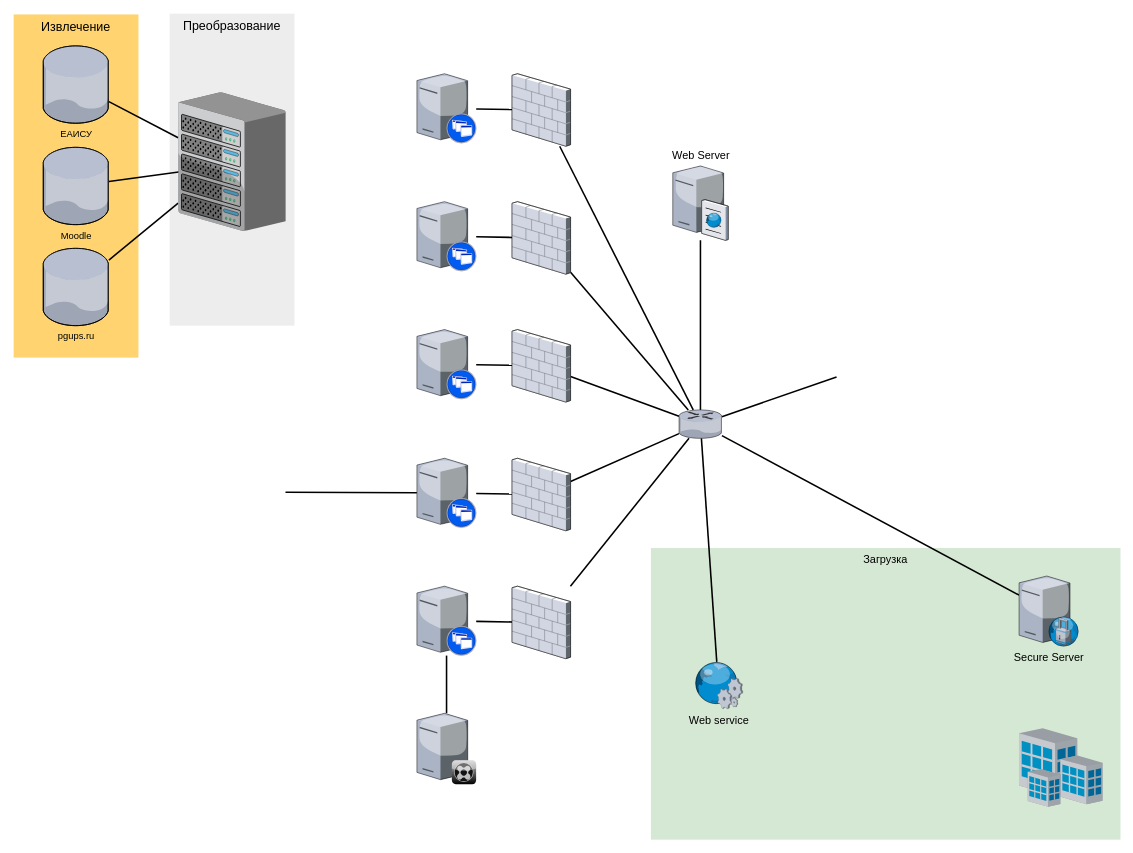
Above: Этап Прогнозирования Инженерия данных.drawio in RuslanKudarov/diagrams (draw.io), before the change. Source tidied: cells renumbered, new cells numbered last; positions are measured from the earlier drawing's top-left corner, leaving out a move shared by most shapes. Both pictures are drawn from the tidied source at 78%, with x=0, y=0 at pixel (13, 13).
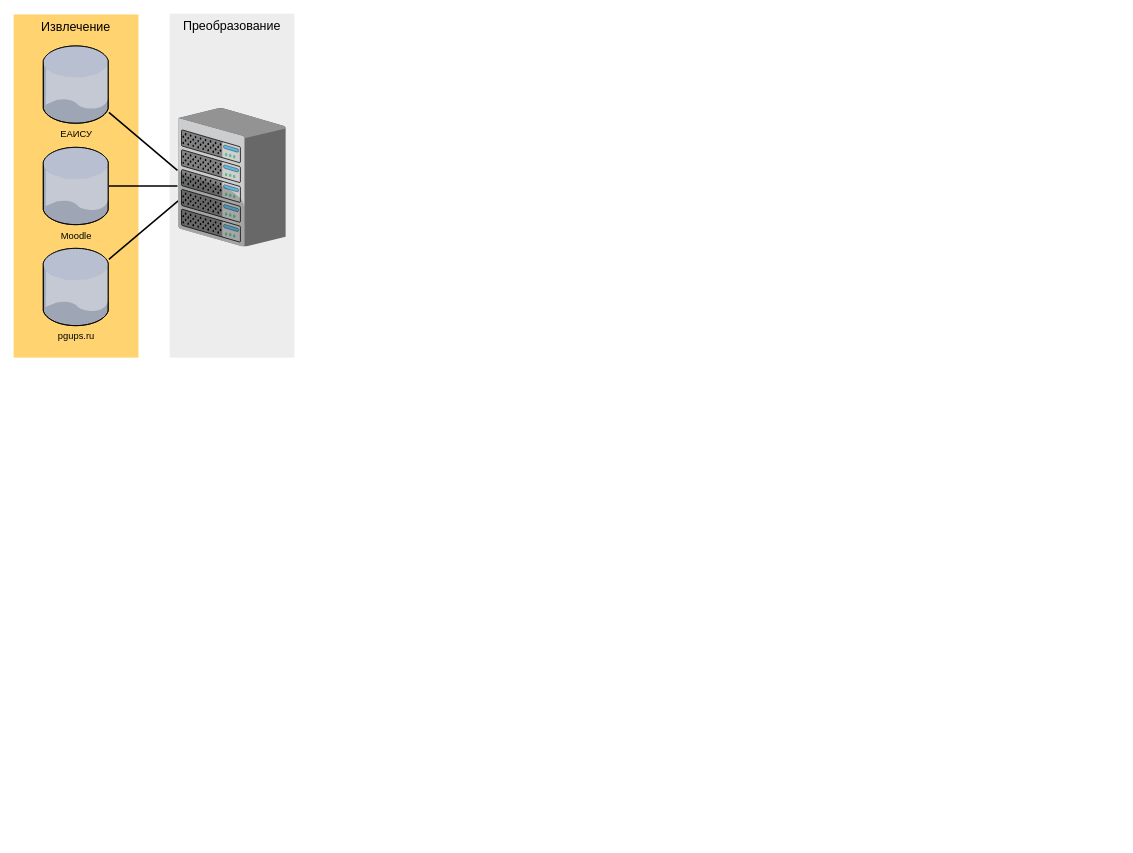
The same diagram, later.

Unchanged cells that the change refers to:
```xml
<mxCell id="41" value="ЕАИСУ" style="verticalLabelPosition=bottom;sketch=0;html=1;verticalAlign=top;strokeColor=none;align=center;outlineConnect=0;shape=mxgraph.citrix.database;" parent="1" vertex="1">
  <mxGeometry x="37.9" y="41.4" width="84.2" height="99.1" as="geometry" />
</mxCell>
<mxCell id="42" value="Moodle" style="verticalLabelPosition=bottom;sketch=0;html=1;verticalAlign=top;strokeColor=none;align=center;outlineConnect=0;shape=mxgraph.citrix.database;" parent="1" vertex="1">
  <mxGeometry x="37.9" y="171.4" width="84.2" height="99.1" as="geometry" />
</mxCell>
<mxCell id="43" value="pgups.ru" style="verticalLabelPosition=bottom;sketch=0;html=1;verticalAlign=top;strokeColor=none;align=center;outlineConnect=0;shape=mxgraph.citrix.database;" parent="1" vertex="1">
  <mxGeometry x="37.9" y="300.9" width="84.2" height="99.1" as="geometry" />
</mxCell>
```

What changed in the source:
```diff
@@
-    <mxCell id="2" value="Загрузка" style="whiteSpace=wrap;html=1;fillColor=#d5e8d4;fontSize=14;strokeColor=none;verticalAlign=top;" parent="1" vertex="1">
-      <mxGeometry x="817" y="685" width="602" height="374" as="geometry" />
-    </mxCell>
     <mxCell id="3" value="&lt;font style=&quot;font-size: 16px;&quot; face=&quot;Calibri&quot;&gt;Преобразование&lt;/font&gt;" style="whiteSpace=wrap;html=1;fillColor=#EDEDED;fontSize=14;strokeColor=none;verticalAlign=top;" parent="1" vertex="1">
-      <mxGeometry x="200" width="160" height="400" as="geometry" />
+      <mxGeometry x="200" width="160" height="441" as="geometry" />
     </mxCell>
@@
-    <mxCell id="5" style="edgeStyle=none;rounded=0;html=1;startSize=10;endSize=10;jettySize=auto;fontSize=14;endArrow=none;endFill=0;strokeWidth=2;" parent="1" edge="1" target="12">
-      <mxGeometry relative="1" as="geometry">
-        <mxPoint x="348.5" y="613.5" as="sourcePoint" />
-      </mxGeometry>
-    </mxCell>
-    <mxCell id="6" style="edgeStyle=none;rounded=0;html=1;startSize=10;endSize=10;jettySize=auto;fontSize=14;endArrow=none;endFill=0;strokeWidth=2;entryX=-0.002;entryY=0.8;entryDx=0;entryDy=0;entryPerimeter=0;" parent="1" edge="1" source="43" target="26">
+    <mxCell id="6" style="edgeStyle=none;rounded=0;html=1;startSize=10;endSize=10;jettySize=auto;fontSize=14;endArrow=none;endFill=0;strokeWidth=2;entryX=-0.002;entryY=0.67;entryDx=0;entryDy=0;entryPerimeter=0;" parent="1" edge="1" source="43" target="26">
       <mxGeometry relative="1" as="geometry" />
     </mxCell>
-    <mxCell id="7" style="edgeStyle=none;rounded=0;html=1;startSize=10;endSize=10;jettySize=auto;fontSize=14;endArrow=none;endFill=0;strokeWidth=2;entryX=0.071;entryY=0.568;entryDx=0;entryDy=0;entryPerimeter=0;" parent="1" edge="1" source="42" target="26">
-      <mxGeometry relative="1" as="geometry" />
+    <mxCell id="7" style="edgeStyle=none;rounded=0;html=1;startSize=10;endSize=10;jettySize=auto;fontSize=14;endArrow=none;endFill=0;strokeWidth=2;" parent="1" edge="1" source="42">
+      <mxGeometry relative="1" as="geometry">
+        <mxPoint x="210" y="221" as="targetPoint" />
+      </mxGeometry>
     </mxCell>
-    <mxCell id="8" style="edgeStyle=none;rounded=0;html=1;startSize=10;endSize=10;jettySize=auto;fontSize=14;endArrow=none;endFill=0;strokeWidth=2;entryX=-0.002;entryY=0.327;entryDx=0;entryDy=0;entryPerimeter=0;" parent="1" edge="1" source="41" target="26">
+    <mxCell id="8" style="edgeStyle=none;rounded=0;html=1;startSize=10;endSize=10;jettySize=auto;fontSize=14;endArrow=none;endFill=0;strokeWidth=2;entryX=-0.009;entryY=0.451;entryDx=0;entryDy=0;entryPerimeter=0;" parent="1" edge="1" source="41" target="26">
       <mxGeometry relative="1" as="geometry" />
     </mxCell>
-    <mxCell id="9" style="edgeStyle=none;rounded=0;html=1;startSize=10;endSize=10;jettySize=auto;fontSize=14;endArrow=none;endFill=0;strokeWidth=2;" parent="1" edge="1" source="10" target="36">
-      <mxGeometry relative="1" as="geometry" />
-    </mxCell>
-    <mxCell id="10" style="verticalLabelPosition=bottom;html=1;verticalAlign=top;strokeColor=none;shape=mxgraph.citrix.xenapp_server;fillColor=#66B2FF;gradientColor=#0066CC;fontSize=14;" parent="1" vertex="1">
-      <mxGeometry x="517" y="734" width="76" height="89" as="geometry" />
-    </mxCell>
-    <mxCell id="11" style="edgeStyle=none;rounded=0;html=1;startSize=10;endSize=10;jettySize=auto;fontSize=14;endArrow=none;endFill=0;strokeWidth=2;" parent="1" edge="1" source="12" target="34">
-      <mxGeometry relative="1" as="geometry" />
-    </mxCell>
-    <mxCell id="12" style="verticalLabelPosition=bottom;html=1;verticalAlign=top;strokeColor=none;shape=mxgraph.citrix.xenapp_server;fillColor=#66B2FF;gradientColor=#0066CC;fontSize=14;" parent="1" vertex="1">
-      <mxGeometry x="517" y="570" width="76" height="89" as="geometry" />
-    </mxCell>
-    <mxCell id="13" style="edgeStyle=none;rounded=0;html=1;startSize=10;endSize=10;jettySize=auto;fontSize=14;endArrow=none;endFill=0;strokeWidth=2;" parent="1" edge="1" source="14" target="32">
-      <mxGeometry relative="1" as="geometry" />
-    </mxCell>
-    <mxCell id="14" style="verticalLabelPosition=bottom;html=1;verticalAlign=top;strokeColor=none;shape=mxgraph.citrix.xenapp_server;fillColor=#66B2FF;gradientColor=#0066CC;fontSize=14;" parent="1" vertex="1">
-      <mxGeometry x="517" y="405" width="76" height="89" as="geometry" />
-    </mxCell>
-    <mxCell id="15" style="edgeStyle=none;rounded=0;html=1;startSize=10;endSize=10;jettySize=auto;fontSize=14;endArrow=none;endFill=0;strokeWidth=2;" parent="1" edge="1" source="16" target="30">
-      <mxGeometry relative="1" as="geometry" />
-    </mxCell>
-    <mxCell id="16" style="verticalLabelPosition=bottom;html=1;verticalAlign=top;strokeColor=none;shape=mxgraph.citrix.xenapp_server;fillColor=#66B2FF;gradientColor=#0066CC;fontSize=14;" parent="1" vertex="1">
-      <mxGeometry x="517" y="241" width="76" height="89" as="geometry" />
-    </mxCell>
-    <mxCell id="17" style="edgeStyle=none;rounded=0;html=1;startSize=10;endSize=10;jettySize=auto;fontSize=14;endArrow=none;endFill=0;strokeWidth=2;" parent="1" edge="1" source="18" target="28">
-      <mxGeometry relative="1" as="geometry" />
-    </mxCell>
-    <mxCell id="18" style="verticalLabelPosition=bottom;html=1;verticalAlign=top;strokeColor=none;shape=mxgraph.citrix.xenapp_server;fillColor=#66B2FF;gradientColor=#0066CC;fontSize=14;" parent="1" vertex="1">
-      <mxGeometry x="517" y="77" width="76" height="89" as="geometry" />
-    </mxCell>
-    <mxCell id="19" style="edgeStyle=none;rounded=0;html=1;startSize=10;endSize=10;jettySize=auto;fontSize=14;endArrow=none;endFill=0;strokeWidth=2;" parent="1" edge="1" source="22" target="25">
-      <mxGeometry relative="1" as="geometry" />
-    </mxCell>
-    <mxCell id="20" style="edgeStyle=none;rounded=0;html=1;startSize=10;endSize=10;jettySize=auto;fontSize=14;endArrow=none;endFill=0;strokeWidth=2;" parent="1" edge="1" source="22">
-      <mxGeometry relative="1" as="geometry">
-        <mxPoint x="1055" y="465.7" as="targetPoint" />
-      </mxGeometry>
-    </mxCell>
-    <mxCell id="21" style="edgeStyle=none;rounded=0;html=1;startSize=10;endSize=10;jettySize=auto;fontSize=14;endArrow=none;endFill=0;strokeWidth=2;" parent="1" edge="1" source="22" target="37">
-      <mxGeometry relative="1" as="geometry" />
-    </mxCell>
-    <mxCell id="22" style="verticalLabelPosition=bottom;html=1;verticalAlign=top;strokeColor=none;shape=mxgraph.citrix.router;fillColor=#66B2FF;gradientColor=#0066CC;fontSize=14;" parent="1" vertex="1">
-      <mxGeometry x="853" y="508" width="55" height="36.5" as="geometry" />
-    </mxCell>
-    <mxCell id="23" style="edgeStyle=none;rounded=0;html=1;startSize=10;endSize=10;jettySize=auto;fontSize=14;endArrow=none;endFill=0;strokeWidth=2;" parent="1" edge="1" source="24" target="10">
-      <mxGeometry relative="1" as="geometry" />
-    </mxCell>
-    <mxCell id="24" style="verticalLabelPosition=bottom;html=1;verticalAlign=top;strokeColor=none;shape=mxgraph.citrix.xenclient_synchronizer;fillColor=#CCCCCC;gradientColor=#000000;gradientDirection=south;fontSize=14;" parent="1" vertex="1">
-      <mxGeometry x="517" y="897" width="76" height="91" as="geometry" />
-    </mxCell>
-    <mxCell id="25" value="Web Server" style="verticalLabelPosition=top;html=1;verticalAlign=bottom;strokeColor=none;shape=mxgraph.citrix.cache_server;fillColor=#66B2FF;gradientColor=#0066CC;fontSize=14;labelPosition=center;align=center;" parent="1" vertex="1">
-      <mxGeometry x="845" y="193" width="71" height="97.5" as="geometry" />
-    </mxCell>
     <mxCell id="26" style="verticalLabelPosition=bottom;html=1;verticalAlign=top;strokeColor=none;shape=mxgraph.citrix.chassis;fillColor=#66B2FF;gradientColor=#0066CC;fontSize=14;" parent="1" vertex="1">
-      <mxGeometry x="211.2" y="101" width="137.5" height="177.5" as="geometry" />
+      <mxGeometry x="211.2" y="121" width="137.5" height="177.5" as="geometry" />
     </mxCell>
-    <mxCell id="27" style="edgeStyle=none;rounded=0;html=1;startSize=10;endSize=10;jettySize=auto;fontSize=14;endArrow=none;endFill=0;strokeWidth=2;" parent="1" edge="1" source="28" target="22">
-      <mxGeometry relative="1" as="geometry" />
-    </mxCell>
-    <mxCell id="28" style="verticalLabelPosition=bottom;html=1;verticalAlign=top;strokeColor=none;shape=mxgraph.citrix.firewall;fillColor=#66B2FF;gradientColor=#0066CC;fontSize=14;" parent="1" vertex="1">
-      <mxGeometry x="639" y="77" width="75" height="93" as="geometry" />
-    </mxCell>
-    <mxCell id="29" style="edgeStyle=none;rounded=0;html=1;startSize=10;endSize=10;jettySize=auto;fontSize=14;endArrow=none;endFill=0;strokeWidth=2;" parent="1" edge="1" source="30" target="22">
-      <mxGeometry relative="1" as="geometry" />
-    </mxCell>
-    <mxCell id="30" style="verticalLabelPosition=bottom;html=1;verticalAlign=top;strokeColor=none;shape=mxgraph.citrix.firewall;fillColor=#66B2FF;gradientColor=#0066CC;fontSize=14;" parent="1" vertex="1">
-      <mxGeometry x="639" y="241" width="75" height="93" as="geometry" />
-    </mxCell>
-    <mxCell id="31" style="edgeStyle=none;rounded=0;html=1;startSize=10;endSize=10;jettySize=auto;fontSize=14;endArrow=none;endFill=0;strokeWidth=2;" parent="1" edge="1" source="32" target="22">
-      <mxGeometry relative="1" as="geometry" />
-    </mxCell>
-    <mxCell id="32" style="verticalLabelPosition=bottom;html=1;verticalAlign=top;strokeColor=none;shape=mxgraph.citrix.firewall;fillColor=#66B2FF;gradientColor=#0066CC;fontSize=14;" parent="1" vertex="1">
-      <mxGeometry x="639" y="405" width="75" height="93" as="geometry" />
-    </mxCell>
-    <mxCell id="33" style="edgeStyle=none;rounded=0;html=1;startSize=10;endSize=10;jettySize=auto;fontSize=14;endArrow=none;endFill=0;strokeWidth=2;" parent="1" edge="1" source="34" target="22">
-      <mxGeometry relative="1" as="geometry" />
-    </mxCell>
-    <mxCell id="34" style="verticalLabelPosition=bottom;html=1;verticalAlign=top;strokeColor=none;shape=mxgraph.citrix.firewall;fillColor=#66B2FF;gradientColor=#0066CC;fontSize=14;" parent="1" vertex="1">
-      <mxGeometry x="639" y="570" width="75" height="93" as="geometry" />
-    </mxCell>
-    <mxCell id="35" style="edgeStyle=none;rounded=0;html=1;startSize=10;endSize=10;jettySize=auto;fontSize=14;endArrow=none;endFill=0;strokeWidth=2;" parent="1" edge="1" source="36" target="22">
-      <mxGeometry relative="1" as="geometry" />
-    </mxCell>
-    <mxCell id="36" style="verticalLabelPosition=bottom;html=1;verticalAlign=top;strokeColor=none;shape=mxgraph.citrix.firewall;fillColor=#66B2FF;gradientColor=#0066CC;fontSize=14;" parent="1" vertex="1">
-      <mxGeometry x="639" y="734" width="75" height="93" as="geometry" />
-    </mxCell>
-    <mxCell id="37" value="Secure Server" style="verticalLabelPosition=bottom;html=1;verticalAlign=top;strokeColor=none;shape=mxgraph.citrix.proxy_server;fillColor=#66B2FF;gradientColor=#0066CC;fontSize=14;" parent="1" vertex="1">
-      <mxGeometry x="1289" y="721" width="76.5" height="90" as="geometry" />
-    </mxCell>
-    <mxCell id="38" style="edgeStyle=none;rounded=0;html=1;startSize=10;endSize=10;jettySize=auto;fontSize=14;endArrow=none;endFill=0;strokeWidth=2;" parent="1" edge="1" source="39" target="22">
-      <mxGeometry relative="1" as="geometry" />
-    </mxCell>
-    <mxCell id="39" value="Web service" style="verticalLabelPosition=bottom;html=1;verticalAlign=top;strokeColor=none;shape=mxgraph.citrix.web_service;fillColor=#66B2FF;gradientColor=#0066CC;fontSize=14;" parent="1" vertex="1">
-      <mxGeometry x="872" y="831" width="63" height="60" as="geometry" />
-    </mxCell>
-    <mxCell id="40" style="verticalLabelPosition=bottom;html=1;verticalAlign=top;strokeColor=none;shape=mxgraph.citrix.site;fillColor=#66B2FF;gradientColor=#0066CC;fontSize=14;" parent="1" vertex="1">
-      <mxGeometry x="1289" y="916" width="107" height="101" as="geometry" />
-    </mxCell>
```
